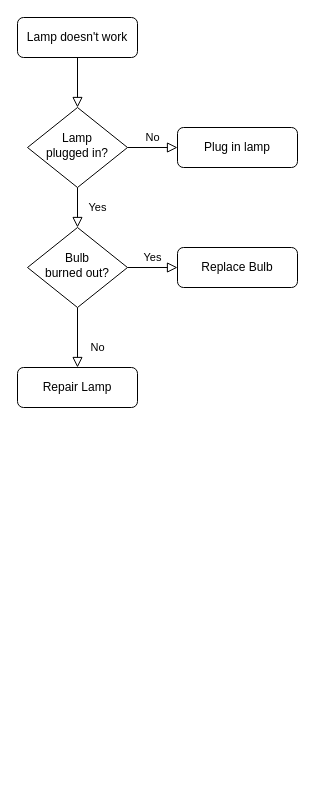
Above: Untitled Diagram.drawio in roygbiv0118/PyBat (draw.io), before the change. Source tidied: cells renumbered, new cells numbered last; positions are measured from the earlier drawing's top-left corner, leaving out a move shared by most shapes. Both pictures are drawn from the tidied source at 100%, with x=0, y=0 at pixel (17, 17).
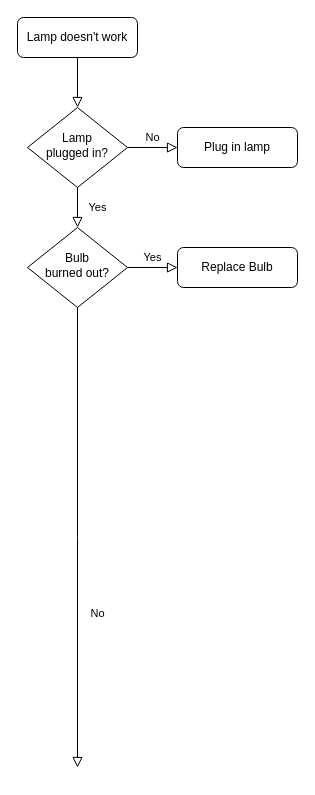
The same page after the edit.

Change to the diagram source:
```diff
@@
 <mxGraphModel>
   <root>
     <mxCell id="0" />
     <mxCell id="1" parent="0" />
     <mxCell id="2" style="rounded=0;html=1;jettySize=auto;fontSize=11;endArrow=block;endFill=0;endSize=8;strokeWidth=1;shadow=0;labelBackgroundColor=none;edgeStyle=orthogonalEdgeStyle;" parent="1" edge="1" source="3" target="6">
       <mxGeometry relative="1" as="geometry" />
     </mxCell>
     <mxCell id="3" value="Lamp doesn't work" style="rounded=1;whiteSpace=wrap;html=1;fontSize=12;glass=0;strokeWidth=1;shadow=0;" parent="1" vertex="1">
       <mxGeometry width="120" height="40" as="geometry" />
     </mxCell>
     <mxCell id="4" value="Yes" style="rounded=0;html=1;jettySize=auto;fontSize=11;endArrow=block;endFill=0;endSize=8;strokeWidth=1;shadow=0;labelBackgroundColor=none;edgeStyle=orthogonalEdgeStyle;" parent="1" edge="1" source="6" target="10">
       <mxGeometry y="20" relative="1" as="geometry" />
     </mxCell>
     <mxCell id="5" value="No" style="edgeStyle=orthogonalEdgeStyle;rounded=0;html=1;jettySize=auto;fontSize=11;endArrow=block;endFill=0;endSize=8;strokeWidth=1;shadow=0;labelBackgroundColor=none;" parent="1" edge="1" source="6" target="7">
       <mxGeometry y="10" relative="1" as="geometry" />
     </mxCell>
     <mxCell id="6" value="Lamp&lt;br&gt;plugged in?" style="rhombus;whiteSpace=wrap;html=1;shadow=0;fontFamily=Helvetica;fontSize=12;align=center;strokeWidth=1;spacing=6;spacingTop=-4;" parent="1" vertex="1">
       <mxGeometry x="10" y="90" width="100" height="80" as="geometry" />
     </mxCell>
     <mxCell id="7" value="Plug in lamp" style="rounded=1;whiteSpace=wrap;html=1;fontSize=12;glass=0;strokeWidth=1;shadow=0;" parent="1" vertex="1">
       <mxGeometry x="160" y="110" width="120" height="40" as="geometry" />
     </mxCell>
-    <mxCell id="8" value="No" style="rounded=0;html=1;jettySize=auto;fontSize=11;endArrow=block;endFill=0;endSize=8;strokeWidth=1;shadow=0;labelBackgroundColor=none;edgeStyle=orthogonalEdgeStyle;" parent="1" edge="1" source="10" target="11">
-      <mxGeometry x="0.33" y="20" relative="1" as="geometry" />
+    <mxCell id="8" value="No" style="rounded=0;html=1;jettySize=auto;fontSize=11;endArrow=block;endFill=0;endSize=8;strokeWidth=1;shadow=0;labelBackgroundColor=none;edgeStyle=orthogonalEdgeStyle;" parent="1" edge="1" source="10">
+      <mxGeometry x="0.33" y="20" relative="1" as="geometry">
+        <mxPoint x="60" y="750" as="targetPoint" />
+      </mxGeometry>
     </mxCell>
     <mxCell id="9" value="Yes" style="edgeStyle=orthogonalEdgeStyle;rounded=0;html=1;jettySize=auto;fontSize=11;endArrow=block;endFill=0;endSize=8;strokeWidth=1;shadow=0;labelBackgroundColor=none;" parent="1" edge="1" source="10" target="12">
       <mxGeometry y="10" relative="1" as="geometry" />
     </mxCell>
     <mxCell id="10" value="Bulb&lt;br&gt;burned out?" style="rhombus;whiteSpace=wrap;html=1;shadow=0;fontFamily=Helvetica;fontSize=12;align=center;strokeWidth=1;spacing=6;spacingTop=-4;" parent="1" vertex="1">
       <mxGeometry x="10" y="210" width="100" height="80" as="geometry" />
     </mxCell>
-    <mxCell id="11" value="Repair Lamp" style="rounded=1;whiteSpace=wrap;html=1;fontSize=12;glass=0;strokeWidth=1;shadow=0;" parent="1" vertex="1">
-      <mxGeometry y="350" width="120" height="40" as="geometry" />
-    </mxCell>
     <mxCell id="12" value="Replace Bulb" style="rounded=1;whiteSpace=wrap;html=1;fontSize=12;glass=0;strokeWidth=1;shadow=0;" parent="1" vertex="1">
       <mxGeometry x="160" y="230" width="120" height="40" as="geometry" />
     </mxCell>
   </root>
 </mxGraphModel>
```
